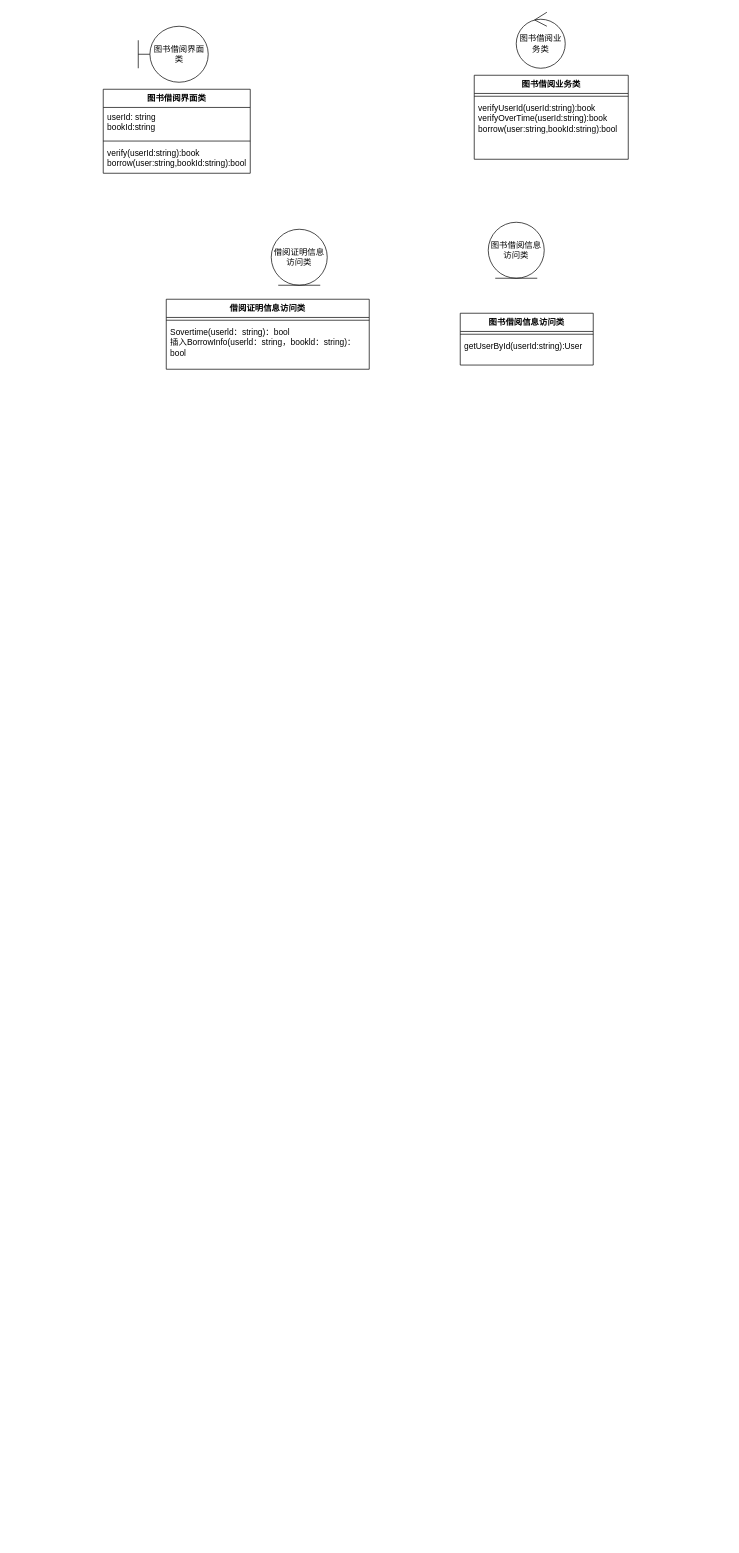
Before: 类和接口.drawio in liuyang0228/text, a draw.io diagram. Source tidied: cells renumbered, new cells numbered last; positions are measured from the earlier drawing's top-left corner, leaving out a move shared by most shapes. Both pictures are drawn from the tidied source at 70%, with x=0, y=0 at pixel (103, 12).
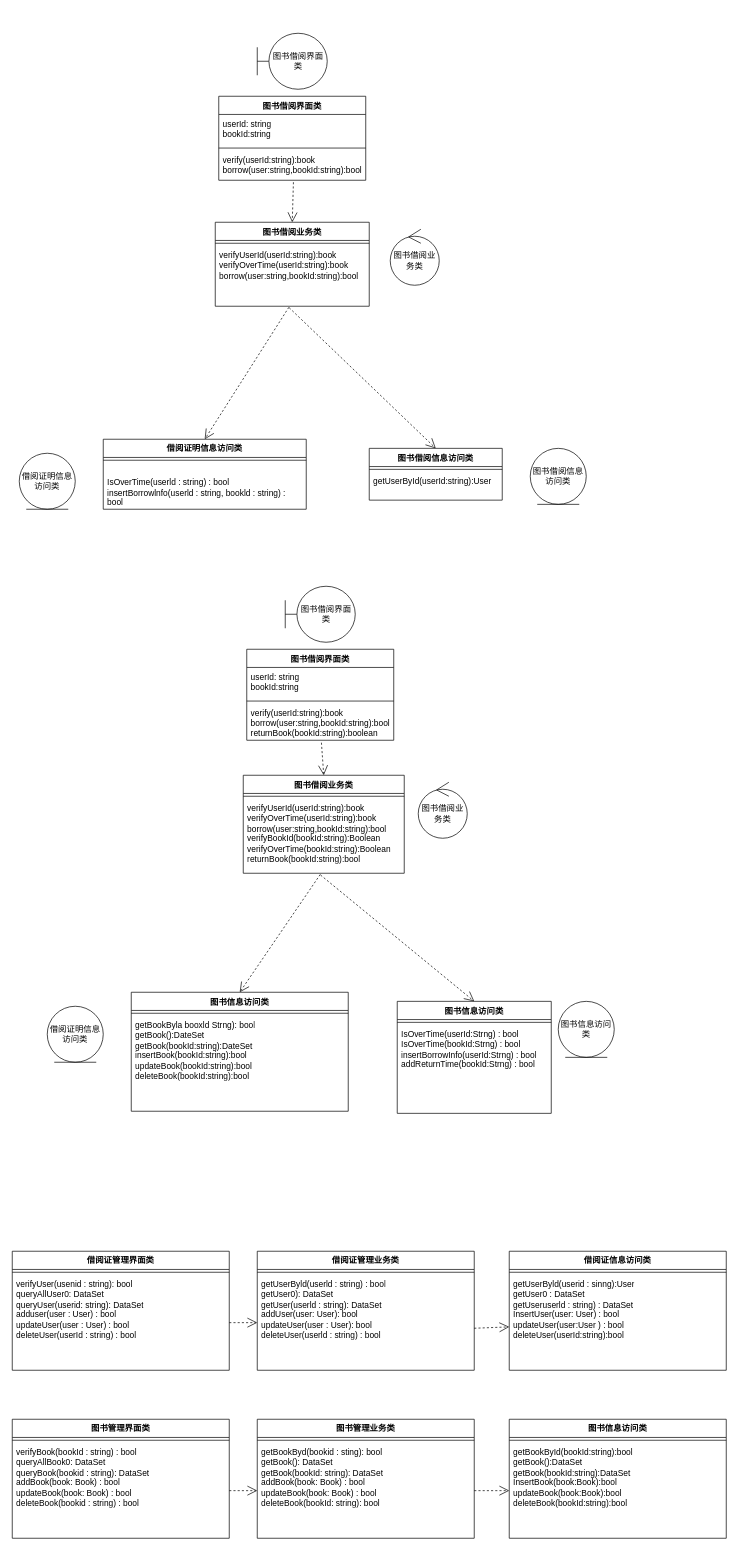
The same diagram, later.

Commit message (it also covers changes not shown here):
更新类和接口.drawio

Unchanged cells that the change refers to:
```xml
<mxCell id="9" value="verify(userId:string):book&lt;br&gt;borrow(user:string,bookId:string):bool" style="text;strokeColor=none;fillColor=none;align=left;verticalAlign=top;spacingLeft=4;spacingRight=4;overflow=hidden;points=[[0,0.5],[1,0.5]];portConstraint=eastwest;whiteSpace=wrap;html=1;" parent="6" vertex="1">
  <mxGeometry y="78" width="210" height="42" as="geometry" />
</mxCell>
<mxCell id="15" value="verifyUserId(userId:string):book&lt;br&gt;verifyOverTime(userId:string):book&lt;br style=&quot;border-color: var(--border-color);&quot;&gt;borrow(user:string,bookId:string):bool" style="text;strokeColor=none;fillColor=none;align=left;verticalAlign=top;spacingLeft=4;spacingRight=4;overflow=hidden;points=[[0,0.5],[1,0.5]];portConstraint=eastwest;whiteSpace=wrap;html=1;" parent="13" vertex="1">
  <mxGeometry y="34" width="220" height="86" as="geometry" />
</mxCell>
```

Change to the diagram source:
```diff
@@
     <mxCell id="2" value="图书借阅界面类" style="shape=umlBoundary;whiteSpace=wrap;html=1;" parent="1" vertex="1">
-      <mxGeometry x="50" y="20" width="100" height="80" as="geometry" />
+      <mxGeometry x="220" y="30" width="100" height="80" as="geometry" />
     </mxCell>
     <mxCell id="3" value="借阅证明信息访问类" style="ellipse;shape=umlEntity;whiteSpace=wrap;html=1;" parent="1" vertex="1">
-      <mxGeometry x="240" y="310" width="80" height="80" as="geometry" />
+      <mxGeometry x="-120" y="630" width="80" height="80" as="geometry" />
     </mxCell>
     <mxCell id="4" value="图书借阅业务类" style="ellipse;shape=umlControl;whiteSpace=wrap;html=1;" parent="1" vertex="1">
-      <mxGeometry x="590" width="70" height="80" as="geometry" />
+      <mxGeometry x="410" y="310" width="70" height="80" as="geometry" />
     </mxCell>
     <mxCell id="5" value="图书借阅信息访问类" style="ellipse;shape=umlEntity;whiteSpace=wrap;html=1;" parent="1" vertex="1">
-      <mxGeometry x="550" y="300" width="80" height="80" as="geometry" />
+      <mxGeometry x="610" y="623" width="80" height="80" as="geometry" />
     </mxCell>
     <mxCell id="6" value="图书借阅界面类" style="swimlane;fontStyle=1;align=center;verticalAlign=top;horizontal=1;startSize=26;whiteSpace=wrap;html=1;" parent="1" vertex="1">
-      <mxGeometry y="110" width="210" height="120" as="geometry" />
+      <mxGeometry x="165" y="120" width="210" height="120" as="geometry" />
     </mxCell>
@@
     <mxCell id="10" value="借阅证明信息访问类" style="swimlane;fontStyle=1;align=center;verticalAlign=top;horizontal=1;startSize=26;whiteSpace=wrap;html=1;" parent="1" vertex="1">
-      <mxGeometry x="90" y="410" width="290" height="100" as="geometry" />
+      <mxGeometry y="610" width="290" height="100" as="geometry" />
     </mxCell>
@@
-    <mxCell id="12" value="&lt;div&gt;&lt;span style=&quot;background-color: initial;&quot;&gt;Sovertime(userld：string)：bool&lt;/span&gt;&lt;br&gt;&lt;/div&gt;&lt;div&gt;插入BorrowInfo(userld：string，bookld：string)：bool&lt;/div&gt;&lt;div&gt;&lt;br&gt;&lt;/div&gt;" style="text;strokeColor=none;fillColor=none;align=left;verticalAlign=top;spacingLeft=4;spacingRight=4;overflow=hidden;whiteSpace=wrap;html=1;" parent="10" vertex="1">
+    <mxCell id="12" value="&lt;div&gt;&lt;br&gt;&lt;/div&gt;&lt;div&gt;&lt;div&gt;IsOverTime(userld : string) : bool&lt;/div&gt;&lt;div&gt;insertBorrowlnfo(userld : string, bookld : string) : bool&lt;/div&gt;&lt;/div&gt;&lt;div&gt;&lt;br&gt;&lt;/div&gt;" style="text;strokeColor=none;fillColor=none;align=left;verticalAlign=top;spacingLeft=4;spacingRight=4;overflow=hidden;whiteSpace=wrap;html=1;" parent="10" vertex="1">
       <mxGeometry y="34" width="290" height="66" as="geometry" />
     </mxCell>
     <mxCell id="13" value="图书借阅业务类" style="swimlane;fontStyle=1;align=center;verticalAlign=top;horizontal=1;startSize=26;whiteSpace=wrap;html=1;" parent="1" vertex="1">
-      <mxGeometry x="530" y="90" width="220" height="120" as="geometry" />
+      <mxGeometry x="160" y="300" width="220" height="120" as="geometry" />
     </mxCell>
@@
     <mxCell id="16" value="图书借阅信息访问类" style="swimlane;fontStyle=1;align=center;verticalAlign=top;horizontal=1;startSize=26;whiteSpace=wrap;html=1;" parent="1" vertex="1">
-      <mxGeometry x="510" y="430" width="190" height="74" as="geometry" />
+      <mxGeometry x="380" y="623" width="190" height="74" as="geometry" />
     </mxCell>
@@
+    <mxCell id="19" style="endArrow=open;endSize=12;dashed=1;html=1;rounded=0;exitX=0.508;exitY=1.067;exitDx=0;exitDy=0;exitPerimeter=0;entryX=0.5;entryY=0;entryDx=0;entryDy=0;" parent="1" edge="1" source="9" target="13">
+      <mxGeometry relative="1" as="geometry" />
+    </mxCell>
+    <mxCell id="20" style="endArrow=open;endSize=12;dashed=1;html=1;rounded=0;exitX=0.478;exitY=1.017;exitDx=0;exitDy=0;exitPerimeter=0;entryX=0.5;entryY=0;entryDx=0;entryDy=0;" parent="1" edge="1" source="15" target="10">
+      <mxGeometry relative="1" as="geometry" />
+    </mxCell>
+    <mxCell id="21" style="endArrow=open;endSize=12;dashed=1;html=1;rounded=0;exitX=0.48;exitY=1.024;exitDx=0;exitDy=0;exitPerimeter=0;entryX=0.5;entryY=0;entryDx=0;entryDy=0;" parent="1" edge="1" source="15" target="16">
+      <mxGeometry relative="1" as="geometry" />
+    </mxCell>
+    <mxCell id="22" value="图书借阅界面类" style="shape=umlBoundary;whiteSpace=wrap;html=1;" parent="1" vertex="1">
+      <mxGeometry x="260" y="820" width="100" height="80" as="geometry" />
+    </mxCell>
+    <mxCell id="23" value="借阅证明信息访问类" style="ellipse;shape=umlEntity;whiteSpace=wrap;html=1;" parent="1" vertex="1">
+      <mxGeometry x="-80" y="1420" width="80" height="80" as="geometry" />
+    </mxCell>
+    <mxCell id="24" value="图书借阅业务类" style="ellipse;shape=umlControl;whiteSpace=wrap;html=1;" parent="1" vertex="1">
+      <mxGeometry x="450" y="1100" width="70" height="80" as="geometry" />
+    </mxCell>
+    <mxCell id="25" value="图书信息访问类" style="ellipse;shape=umlEntity;whiteSpace=wrap;html=1;" parent="1" vertex="1">
+      <mxGeometry x="650" y="1413" width="80" height="80" as="geometry" />
+    </mxCell>
+    <mxCell id="26" value="图书借阅界面类" style="swimlane;fontStyle=1;align=center;verticalAlign=top;horizontal=1;startSize=26;whiteSpace=wrap;html=1;" parent="1" vertex="1">
+      <mxGeometry x="205" y="910" width="210" height="130" as="geometry" />
+    </mxCell>
+    <mxCell id="27" value="userId: string&lt;br&gt;bookId:string" style="text;strokeColor=none;fillColor=none;align=left;verticalAlign=top;spacingLeft=4;spacingRight=4;overflow=hidden;whiteSpace=wrap;html=1;" parent="26" vertex="1">
+      <mxGeometry y="26" width="210" height="44" as="geometry" />
+    </mxCell>
+    <mxCell id="28" style="line;strokeWidth=1;fillColor=none;align=left;verticalAlign=middle;spacingTop=-1;spacingLeft=3;spacingRight=3;labelPosition=right;strokeColor=inherit;" parent="26" vertex="1">
+      <mxGeometry y="70" width="210" height="8" as="geometry" />
+    </mxCell>
+    <mxCell id="29" value="verify(userId:string):book&lt;br&gt;borrow(user:string,bookId:string):bool&lt;br&gt;returnBook(bookId:string):boolean" style="text;strokeColor=none;fillColor=none;align=left;verticalAlign=top;spacingLeft=4;spacingRight=4;overflow=hidden;points=[[0,0.5],[1,0.5]];portConstraint=eastwest;whiteSpace=wrap;html=1;" parent="26" vertex="1">
+      <mxGeometry y="78" width="210" height="52" as="geometry" />
+    </mxCell>
+    <mxCell id="30" value="图书信息访问类" style="swimlane;fontStyle=1;align=center;verticalAlign=top;horizontal=1;startSize=26;whiteSpace=wrap;html=1;" parent="1" vertex="1">
+      <mxGeometry x="40" y="1400" width="310" height="170" as="geometry" />
+    </mxCell>
+    <mxCell id="31" style="line;strokeWidth=1;fillColor=none;align=left;verticalAlign=middle;spacingTop=-1;spacingLeft=3;spacingRight=3;labelPosition=right;strokeColor=inherit;" parent="30" vertex="1">
+      <mxGeometry y="26" width="310" height="8" as="geometry" />
+    </mxCell>
+    <mxCell id="32" value="getBookByla booxld Strng): bool&lt;br&gt;getBook():DateSet&lt;br&gt;getBook(bookId:string):DateSet&lt;br&gt;insertBook(bookId:string):bool&lt;br&gt;updateBook(bookId:string):bool&lt;br&gt;deleteBook(bookId:string):bool" style="text;strokeColor=none;fillColor=none;align=left;verticalAlign=top;spacingLeft=4;spacingRight=4;overflow=hidden;whiteSpace=wrap;html=1;" parent="30" vertex="1">
+      <mxGeometry y="34" width="310" height="136" as="geometry" />
+    </mxCell>
+    <mxCell id="33" value="图书借阅业务类" style="swimlane;fontStyle=1;align=center;verticalAlign=top;horizontal=1;startSize=26;whiteSpace=wrap;html=1;" parent="1" vertex="1">
+      <mxGeometry x="200" y="1090" width="230" height="140" as="geometry" />
+    </mxCell>
+    <mxCell id="34" style="line;strokeWidth=1;fillColor=none;align=left;verticalAlign=middle;spacingTop=-1;spacingLeft=3;spacingRight=3;labelPosition=right;strokeColor=inherit;" parent="33" vertex="1">
+      <mxGeometry y="26" width="230" height="8" as="geometry" />
+    </mxCell>
+    <mxCell id="35" value="verifyUserId(userId:string):book&lt;br&gt;verifyOverTime(userId:string):book&lt;br style=&quot;border-color: var(--border-color);&quot;&gt;borrow(user:string,bookId:string):bool&lt;br&gt;verifyBookId(bookId:string):Boolean&lt;br&gt;verifyOverTime(bookId:string):Boolean&lt;br&gt;returnBook(bookId:string):bool" style="text;strokeColor=none;fillColor=none;align=left;verticalAlign=top;spacingLeft=4;spacingRight=4;overflow=hidden;points=[[0,0.5],[1,0.5]];portConstraint=eastwest;whiteSpace=wrap;html=1;" parent="33" vertex="1">
+      <mxGeometry y="34" width="230" height="106" as="geometry" />
+    </mxCell>
+    <mxCell id="36" value="图书信息访问类" style="swimlane;fontStyle=1;align=center;verticalAlign=top;horizontal=1;startSize=26;whiteSpace=wrap;html=1;" parent="1" vertex="1">
+      <mxGeometry x="420" y="1413" width="220" height="160" as="geometry" />
+    </mxCell>
+    <mxCell id="37" style="line;strokeWidth=1;fillColor=none;align=left;verticalAlign=middle;spacingTop=-1;spacingLeft=3;spacingRight=3;labelPosition=right;strokeColor=inherit;" parent="36" vertex="1">
+      <mxGeometry y="26" width="220" height="8" as="geometry" />
+    </mxCell>
+    <mxCell id="38" value="IsOverTime(userId:Strng) : bool&lt;br&gt;IsOverTime(bookId:Strng) : bool&lt;br&gt;insertBorrowInfo(userId:Strng) : bool&lt;br&gt;addReturnTime(bookId:Strng) : bool" style="text;strokeColor=none;fillColor=none;align=left;verticalAlign=top;spacingLeft=4;spacingRight=4;overflow=hidden;whiteSpace=wrap;html=1;" parent="36" vertex="1">
+      <mxGeometry y="34" width="220" height="126" as="geometry" />
+    </mxCell>
+    <mxCell id="39" style="endArrow=open;endSize=12;dashed=1;html=1;rounded=0;exitX=0.508;exitY=1.067;exitDx=0;exitDy=0;exitPerimeter=0;entryX=0.5;entryY=0;entryDx=0;entryDy=0;" parent="1" edge="1" source="29" target="33">
+      <mxGeometry relative="1" as="geometry" />
+    </mxCell>
+    <mxCell id="40" style="endArrow=open;endSize=12;dashed=1;html=1;rounded=0;exitX=0.478;exitY=1.017;exitDx=0;exitDy=0;exitPerimeter=0;entryX=0.5;entryY=0;entryDx=0;entryDy=0;" parent="1" edge="1" source="35" target="30">
+      <mxGeometry relative="1" as="geometry" />
+    </mxCell>
+    <mxCell id="41" style="endArrow=open;endSize=12;dashed=1;html=1;rounded=0;exitX=0.48;exitY=1.024;exitDx=0;exitDy=0;exitPerimeter=0;entryX=0.5;entryY=0;entryDx=0;entryDy=0;" parent="1" edge="1" source="35" target="36">
+      <mxGeometry relative="1" as="geometry" />
+    </mxCell>
+    <mxCell id="42" value="借阅证管理界面类" style="swimlane;fontStyle=1;align=center;verticalAlign=top;horizontal=1;startSize=26;whiteSpace=wrap;html=1;" parent="1" vertex="1">
+      <mxGeometry x="-130" y="1770" width="310" height="170" as="geometry" />
+    </mxCell>
+    <mxCell id="43" style="line;strokeWidth=1;fillColor=none;align=left;verticalAlign=middle;spacingTop=-1;spacingLeft=3;spacingRight=3;labelPosition=right;strokeColor=inherit;" parent="42" vertex="1">
+      <mxGeometry y="26" width="310" height="8" as="geometry" />
+    </mxCell>
+    <mxCell id="44" value="verifyUser(usenid : string): bool&lt;br&gt;queryAllUser0: DataSet&lt;br&gt;queryUser(userid: string): DataSet&lt;br&gt;adduser(user : User) : bool&lt;br&gt;updateUser(user : User) : bool&lt;br&gt;deleteUser(userId : string) : bool" style="text;strokeColor=none;fillColor=none;align=left;verticalAlign=top;spacingLeft=4;spacingRight=4;overflow=hidden;points=[[0,0.5],[1,0.5]];portConstraint=eastwest;whiteSpace=wrap;html=1;" parent="42" vertex="1">
+      <mxGeometry y="34" width="310" height="136" as="geometry" />
+    </mxCell>
+    <mxCell id="45" value="借阅证管理业务类" style="swimlane;fontStyle=1;align=center;verticalAlign=top;horizontal=1;startSize=26;whiteSpace=wrap;html=1;" parent="1" vertex="1">
+      <mxGeometry x="220" y="1770" width="310" height="170" as="geometry" />
+    </mxCell>
+    <mxCell id="46" style="line;strokeWidth=1;fillColor=none;align=left;verticalAlign=middle;spacingTop=-1;spacingLeft=3;spacingRight=3;labelPosition=right;strokeColor=inherit;" parent="45" vertex="1">
+      <mxGeometry y="26" width="310" height="8" as="geometry" />
+    </mxCell>
+    <mxCell id="47" value="getUserByld(userld : string) : bool&lt;br&gt;getUser0): DataSet&lt;br&gt;getUser(userld : string): DataSet&lt;br&gt;addUser(user: User): bool&lt;br&gt;updateUser(user : User): bool&lt;br&gt;deleteUser(userld : string) : bool" style="text;strokeColor=none;fillColor=none;align=left;verticalAlign=top;spacingLeft=4;spacingRight=4;overflow=hidden;points=[[0,0.5],[1,0.5]];portConstraint=eastwest;whiteSpace=wrap;html=1;" parent="45" vertex="1">
+      <mxGeometry y="34" width="310" height="136" as="geometry" />
+    </mxCell>
+    <mxCell id="48" value="借阅证信息访问类" style="swimlane;fontStyle=1;align=center;verticalAlign=top;horizontal=1;startSize=26;whiteSpace=wrap;html=1;" parent="1" vertex="1">
+      <mxGeometry x="580" y="1770" width="310" height="170" as="geometry" />
+    </mxCell>
+    <mxCell id="49" style="line;strokeWidth=1;fillColor=none;align=left;verticalAlign=middle;spacingTop=-1;spacingLeft=3;spacingRight=3;labelPosition=right;strokeColor=inherit;" parent="48" vertex="1">
+      <mxGeometry y="26" width="310" height="8" as="geometry" />
+    </mxCell>
+    <mxCell id="50" value="getUserByld(userid : sinng):User&lt;br&gt;getUser0 : DataSet&lt;br&gt;getUseruserld : string) : DataSet&lt;br&gt;InsertUser(user: User) : bool&lt;br&gt;updateUser(user:User ) : bool&lt;br&gt;deleteUser(userId:string):bool" style="text;strokeColor=none;fillColor=none;align=left;verticalAlign=top;spacingLeft=4;spacingRight=4;overflow=hidden;points=[[0,0.5],[1,0.5]];portConstraint=eastwest;whiteSpace=wrap;html=1;" parent="48" vertex="1">
+      <mxGeometry y="34" width="310" height="136" as="geometry" />
+    </mxCell>
+    <mxCell id="51" value="图书管理界面类" style="swimlane;fontStyle=1;align=center;verticalAlign=top;horizontal=1;startSize=26;whiteSpace=wrap;html=1;" parent="1" vertex="1">
+      <mxGeometry x="-130" y="2010" width="310" height="170" as="geometry" />
+    </mxCell>
+    <mxCell id="52" style="line;strokeWidth=1;fillColor=none;align=left;verticalAlign=middle;spacingTop=-1;spacingLeft=3;spacingRight=3;labelPosition=right;strokeColor=inherit;" parent="51" vertex="1">
+      <mxGeometry y="26" width="310" height="8" as="geometry" />
+    </mxCell>
+    <mxCell id="53" value="verifyBook(bookId : string) : bool&lt;br&gt;queryAllBook0: DataSet&lt;br&gt;queryBook(bookid : string): DataSet&lt;br&gt;addBook(book: Book) : bool&lt;br&gt;updateBook(book: Book) : bool&lt;br&gt;deleteBook(bookid : string) : bool" style="text;strokeColor=none;fillColor=none;align=left;verticalAlign=top;spacingLeft=4;spacingRight=4;overflow=hidden;points=[[0,0.5],[1,0.5]];portConstraint=eastwest;whiteSpace=wrap;html=1;" parent="51" vertex="1">
+      <mxGeometry y="34" width="310" height="136" as="geometry" />
+    </mxCell>
+    <mxCell id="54" value="图书管理业务类" style="swimlane;fontStyle=1;align=center;verticalAlign=top;horizontal=1;startSize=26;whiteSpace=wrap;html=1;" parent="1" vertex="1">
+      <mxGeometry x="220" y="2010" width="310" height="170" as="geometry" />
+    </mxCell>
+    <mxCell id="55" style="line;strokeWidth=1;fillColor=none;align=left;verticalAlign=middle;spacingTop=-1;spacingLeft=3;spacingRight=3;labelPosition=right;strokeColor=inherit;" parent="54" vertex="1">
+      <mxGeometry y="26" width="310" height="8" as="geometry" />
+    </mxCell>
+    <mxCell id="56" value="getBookByd(bookid : sting): bool&lt;br&gt;getBook(): DataSet&lt;br&gt;getBook(bookId: string): DataSet&lt;br&gt;addBook(book: Book) : bool&lt;br&gt;updateBook(book: Book) : bool&lt;br&gt;deleteBook(bookId: string): bool" style="text;strokeColor=none;fillColor=none;align=left;verticalAlign=top;spacingLeft=4;spacingRight=4;overflow=hidden;points=[[0,0.5],[1,0.5]];portConstraint=eastwest;whiteSpace=wrap;html=1;" parent="54" vertex="1">
+      <mxGeometry y="34" width="310" height="136" as="geometry" />
+    </mxCell>
+    <mxCell id="57" value="图书信息访问类" style="swimlane;fontStyle=1;align=center;verticalAlign=top;horizontal=1;startSize=26;whiteSpace=wrap;html=1;" parent="1" vertex="1">
+      <mxGeometry x="580" y="2010" width="310" height="170" as="geometry" />
+    </mxCell>
+    <mxCell id="58" style="line;strokeWidth=1;fillColor=none;align=left;verticalAlign=middle;spacingTop=-1;spacingLeft=3;spacingRight=3;labelPosition=right;strokeColor=inherit;" parent="57" vertex="1">
+      <mxGeometry y="26" width="310" height="8" as="geometry" />
+    </mxCell>
+    <mxCell id="59" value="getBookById(bookId:string):bool&lt;br&gt;getBook():DataSet&lt;br&gt;getBook(bookId:string):DataSet&lt;br&gt;InsertBook(book:Book):bool&lt;br&gt;updateBook(book:Book):bool&lt;br&gt;deleteBook(bookId:string):bool" style="text;strokeColor=none;fillColor=none;align=left;verticalAlign=top;spacingLeft=4;spacingRight=4;overflow=hidden;points=[[0,0.5],[1,0.5]];portConstraint=eastwest;whiteSpace=wrap;html=1;" parent="57" vertex="1">
+      <mxGeometry y="34" width="310" height="136" as="geometry" />
+    </mxCell>
+    <mxCell id="60" style="endArrow=open;endSize=12;dashed=1;html=1;rounded=0;exitX=1;exitY=0.5;exitDx=0;exitDy=0;entryX=0;entryY=0.5;entryDx=0;entryDy=0;" parent="1" edge="1" source="44" target="47">
+      <mxGeometry relative="1" as="geometry" />
+    </mxCell>
+    <mxCell id="61" style="endArrow=open;endSize=12;dashed=1;html=1;rounded=0;" parent="1" edge="1" target="50">
+      <mxGeometry relative="1" as="geometry">
+        <mxPoint x="530" y="1880" as="sourcePoint" />
+      </mxGeometry>
+    </mxCell>
+    <mxCell id="62" style="endArrow=open;endSize=12;dashed=1;html=1;rounded=0;exitX=1;exitY=0.5;exitDx=0;exitDy=0;entryX=0;entryY=0.5;entryDx=0;entryDy=0;" parent="1" edge="1" source="53" target="56">
+      <mxGeometry relative="1" as="geometry" />
+    </mxCell>
+    <mxCell id="63" style="endArrow=open;endSize=12;dashed=1;html=1;rounded=0;exitX=1;exitY=0.5;exitDx=0;exitDy=0;entryX=0;entryY=0.5;entryDx=0;entryDy=0;" parent="1" edge="1" source="56" target="59">
+      <mxGeometry relative="1" as="geometry" />
+    </mxCell>
```
